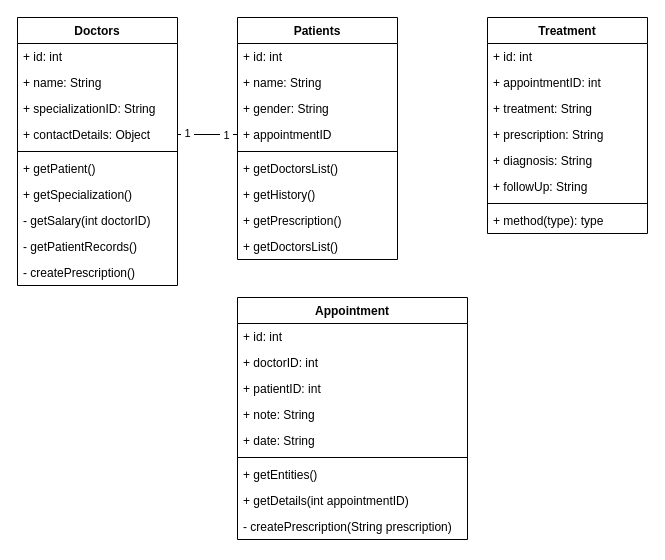
This is UMLDiagram.drawio from abobymotaki/uncharted, a draw.io file, before an edit. Source tidied: cells renumbered, new cells numbered last; positions are measured from the earlier drawing's top-left corner, leaving out a move shared by most shapes. Both pictures are drawn from the tidied source at 100%, with x=0, y=0 at pixel (17, 17).
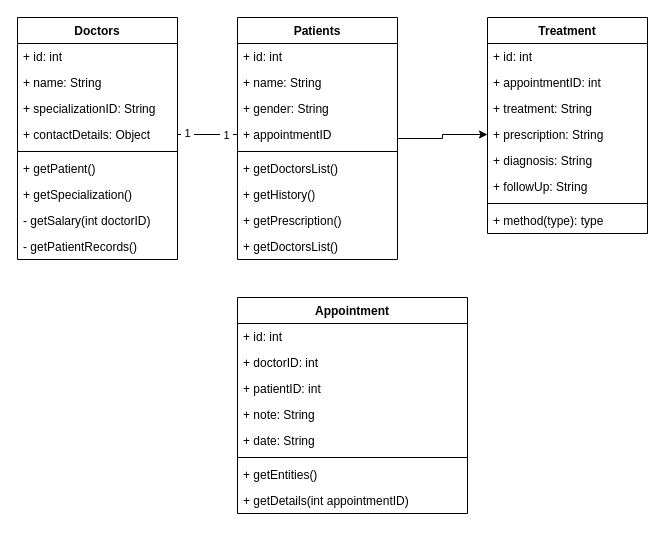
After the change.

Unchanged cells that the change refers to:
```xml
<mxCell id="13" value="Patients" style="swimlane;fontStyle=1;align=center;verticalAlign=top;horizontal=1;startSize=26;whiteSpace=wrap;html=1;" parent="1" vertex="1">
  <mxGeometry x="220" width="160" height="242" as="geometry" />
</mxCell>
<mxCell id="40" value="+ prescription: String" style="text;strokeColor=none;fillColor=none;align=left;verticalAlign=top;spacingLeft=4;spacingRight=4;overflow=hidden;points=[[0,0.5],[1,0.5]];portConstraint=eastwest;whiteSpace=wrap;html=1;" parent="36" vertex="1">
  <mxGeometry y="104" width="160" height="26" as="geometry" />
</mxCell>
```

Change to the diagram source:
```diff
@@
     <mxCell id="2" value="Doctors" style="swimlane;fontStyle=1;align=center;verticalAlign=top;horizontal=1;startSize=26;whiteSpace=wrap;html=1;" parent="1" vertex="1">
-      <mxGeometry width="160" height="268" as="geometry" />
+      <mxGeometry width="160" height="242" as="geometry" />
     </mxCell>
@@
-    <mxCell id="12" value="- createPrescription()" style="text;strokeColor=none;fillColor=none;align=left;verticalAlign=top;spacingLeft=4;spacingRight=4;overflow=hidden;whiteSpace=wrap;html=1;" parent="2" vertex="1">
-      <mxGeometry y="242" width="160" height="26" as="geometry" />
-    </mxCell>
+    <mxCell id="45" style="edgeStyle=orthogonalEdgeStyle;rounded=0;jettySize=auto;html=1;entryX=0;entryY=0.5;entryDx=0;entryDy=0;" parent="1" edge="1" source="13" target="40">
+      <mxGeometry relative="1" as="geometry" />
+    </mxCell>
@@
     <mxCell id="26" value="Appointment" style="swimlane;fontStyle=1;align=center;verticalAlign=top;horizontal=1;startSize=26;whiteSpace=wrap;html=1;" parent="1" vertex="1">
-      <mxGeometry x="220" y="280" width="230" height="242" as="geometry" />
+      <mxGeometry x="220" y="280" width="230" height="216" as="geometry" />
     </mxCell>
@@
-    <mxCell id="35" value="- createPrescription(String prescription)" style="text;strokeColor=none;fillColor=none;align=left;verticalAlign=top;spacingLeft=4;spacingRight=4;overflow=hidden;whiteSpace=wrap;html=1;" parent="26" vertex="1">
-      <mxGeometry y="216" width="230" height="26" as="geometry" />
-    </mxCell>
```
